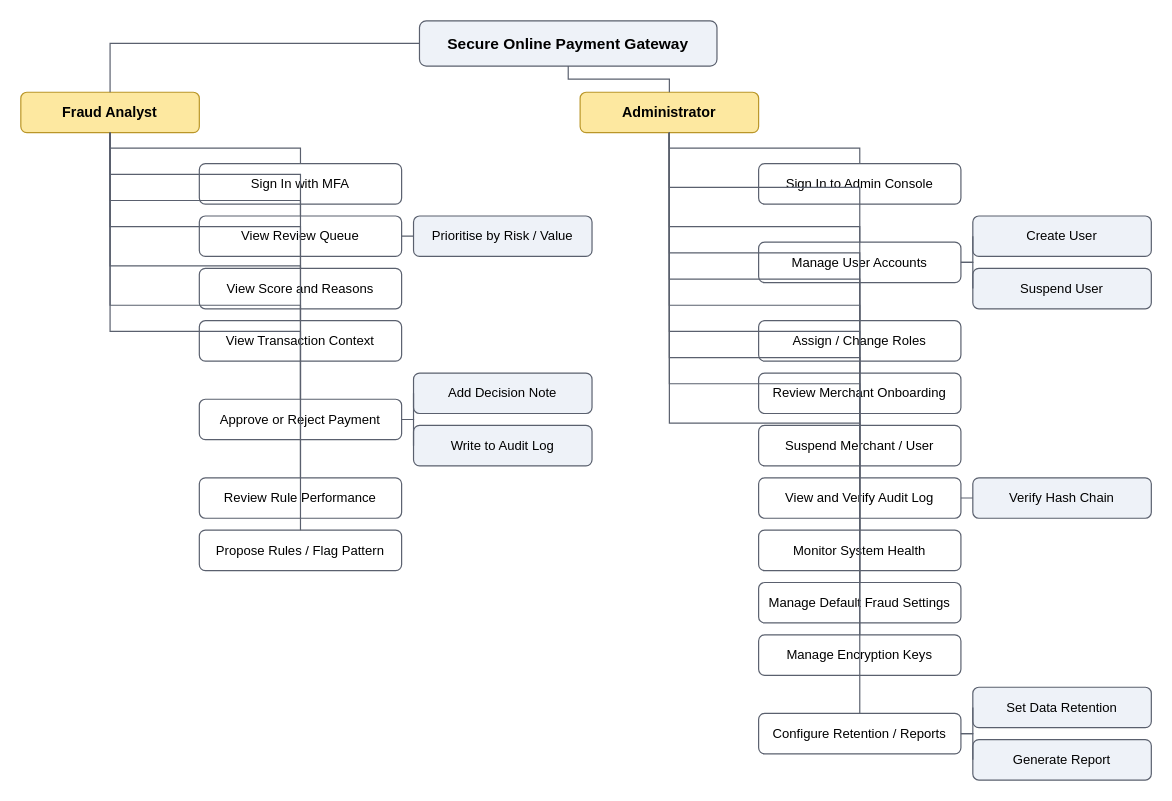
Above: drawio/URS_FunctionalHierarchy_2.drawio in Beh69/FYP-CSIT321 (draw.io), before the change. Source tidied: cells renumbered, new cells numbered last; positions are measured from the earlier drawing's top-left corner, leaving out a move shared by most shapes. Both pictures are drawn from the tidied source at 119%, with x=0, y=0 at pixel (20, 20).
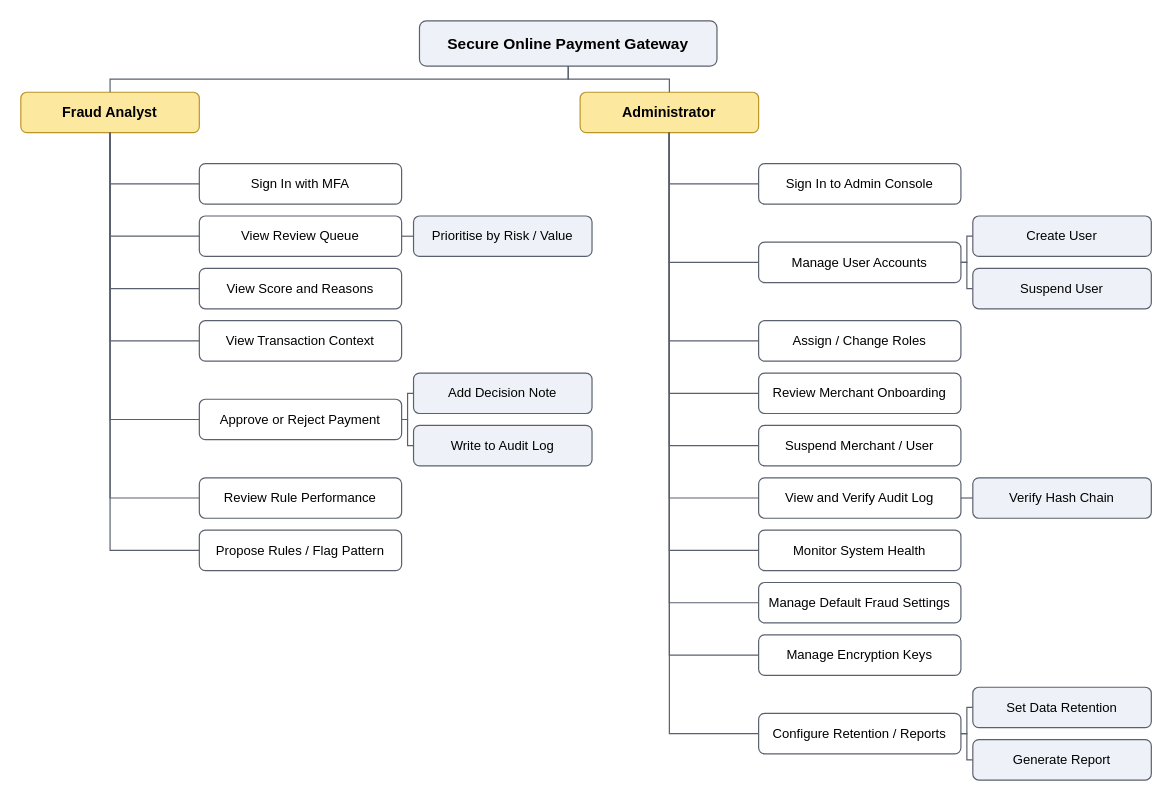
After the change.

Commit message (it also covers changes not shown here):
Force 90-degree elbow connectors in functional hierarchies

Unchanged cells that the change refers to:
```xml
<mxCell id="2" value="Secure Online Payment Gateway" style="rounded=1;whiteSpace=wrap;html=1;fillColor=#eef2f8;strokeColor=#5a606e;fontSize=13;fontStyle=1;" parent="1" vertex="1">
<mxCell id="3" value="Fraud Analyst" style="rounded=1;whiteSpace=wrap;html=1;fillColor=#fde8a0;strokeColor=#ba9628;fontSize=12;fontStyle=1;" parent="1" vertex="1">
<mxCell id="5" value="Sign In with MFA" style="rounded=1;whiteSpace=wrap;html=1;fillColor=#ffffff;strokeColor=#5a606e;fontSize=11;" parent="1" vertex="1">
<mxCell id="7" value="View Review Queue" style="rounded=1;whiteSpace=wrap;html=1;fillColor=#ffffff;strokeColor=#5a606e;fontSize=11;" parent="1" vertex="1">
<mxCell id="9" value="Prioritise by Risk / Value" style="rounded=1;whiteSpace=wrap;html=1;fillColor=#eef2f8;strokeColor=#5a606e;fontSize=11;" parent="1" vertex="1">
<mxCell id="11" value="View Score and Reasons" style="rounded=1;whiteSpace=wrap;html=1;fillColor=#ffffff;strokeColor=#5a606e;fontSize=11;" parent="1" vertex="1">
<mxCell id="13" value="View Transaction Context" style="rounded=1;whiteSpace=wrap;html=1;fillColor=#ffffff;strokeColor=#5a606e;fontSize=11;" parent="1" vertex="1">
<mxCell id="15" value="Approve or Reject Payment" style="rounded=1;whiteSpace=wrap;html=1;fillColor=#ffffff;strokeColor=#5a606e;fontSize=11;" parent="1" vertex="1">
<mxCell id="17" value="Add Decision Note" style="rounded=1;whiteSpace=wrap;html=1;fillColor=#eef2f8;strokeColor=#5a606e;fontSize=11;" parent="1" vertex="1">
<mxCell id="19" value="Write to Audit Log" style="rounded=1;whiteSpace=wrap;html=1;fillColor=#eef2f8;strokeColor=#5a606e;fontSize=11;" parent="1" vertex="1">
<mxCell id="21" value="Review Rule Performance" style="rounded=1;whiteSpace=wrap;html=1;fillColor=#ffffff;strokeColor=#5a606e;fontSize=11;" parent="1" vertex="1">
<mxCell id="23" value="Propose Rules / Flag Pattern" style="rounded=1;whiteSpace=wrap;html=1;fillColor=#ffffff;strokeColor=#5a606e;fontSize=11;" parent="1" vertex="1">
<mxCell id="25" value="Administrator" style="rounded=1;whiteSpace=wrap;html=1;fillColor=#fde8a0;strokeColor=#ba9628;fontSize=12;fontStyle=1;" parent="1" vertex="1">
<mxCell id="27" value="Sign In to Admin Console" style="rounded=1;whiteSpace=wrap;html=1;fillColor=#ffffff;strokeColor=#5a606e;fontSize=11;" parent="1" vertex="1">
<mxCell id="29" value="Manage User Accounts" style="rounded=1;whiteSpace=wrap;html=1;fillColor=#ffffff;strokeColor=#5a606e;fontSize=11;" parent="1" vertex="1">
<mxCell id="31" value="Create User" style="rounded=1;whiteSpace=wrap;html=1;fillColor=#eef2f8;strokeColor=#5a606e;fontSize=11;" parent="1" vertex="1">
<mxCell id="33" value="Suspend User" style="rounded=1;whiteSpace=wrap;html=1;fillColor=#eef2f8;strokeColor=#5a606e;fontSize=11;" parent="1" vertex="1">
<mxCell id="35" value="Assign / Change Roles" style="rounded=1;whiteSpace=wrap;html=1;fillColor=#ffffff;strokeColor=#5a606e;fontSize=11;" parent="1" vertex="1">
<mxCell id="37" value="Review Merchant Onboarding" style="rounded=1;whiteSpace=wrap;html=1;fillColor=#ffffff;strokeColor=#5a606e;fontSize=11;" parent="1" vertex="1">
<mxCell id="39" value="Suspend Merchant / User" style="rounded=1;whiteSpace=wrap;html=1;fillColor=#ffffff;strokeColor=#5a606e;fontSize=11;" parent="1" vertex="1">
<mxCell id="41" value="View and Verify Audit Log" style="rounded=1;whiteSpace=wrap;html=1;fillColor=#ffffff;strokeColor=#5a606e;fontSize=11;" parent="1" vertex="1">
<mxCell id="43" value="Verify Hash Chain" style="rounded=1;whiteSpace=wrap;html=1;fillColor=#eef2f8;strokeColor=#5a606e;fontSize=11;" parent="1" vertex="1">
<mxCell id="45" value="Monitor System Health" style="rounded=1;whiteSpace=wrap;html=1;fillColor=#ffffff;strokeColor=#5a606e;fontSize=11;" parent="1" vertex="1">
<mxCell id="47" value="Manage Default Fraud Settings" style="rounded=1;whiteSpace=wrap;html=1;fillColor=#ffffff;strokeColor=#5a606e;fontSize=11;" parent="1" vertex="1">
<mxCell id="49" value="Manage Encryption Keys" style="rounded=1;whiteSpace=wrap;html=1;fillColor=#ffffff;strokeColor=#5a606e;fontSize=11;" parent="1" vertex="1">
<mxCell id="51" value="Configure Retention / Reports" style="rounded=1;whiteSpace=wrap;html=1;fillColor=#ffffff;strokeColor=#5a606e;fontSize=11;" parent="1" vertex="1">
<mxCell id="53" value="Set Data Retention" style="rounded=1;whiteSpace=wrap;html=1;fillColor=#eef2f8;strokeColor=#5a606e;fontSize=11;" parent="1" vertex="1">
<mxCell id="55" value="Generate Report" style="rounded=1;whiteSpace=wrap;html=1;fillColor=#eef2f8;strokeColor=#5a606e;fontSize=11;" parent="1" vertex="1">
```

Change to the diagram source:
```diff
@@
-    <mxCell id="4" style="edgeStyle=orthogonalEdgeStyle;endArrow=none;html=1;strokeColor=#5a606e;rounded=0;" parent="1" edge="1" source="2" target="3">
-      <mxGeometry relative="1" as="geometry" />
+    <mxCell id="4" style="endArrow=none;html=1;strokeColor=#5a606e;rounded=0;" parent="1" edge="1" source="2" target="3">
+      <mxGeometry relative="1" as="geometry">
+        <Array as="points">
+          <mxPoint x="460" y="49" />
+          <mxPoint x="75" y="49" />
+          <mxPoint x="75" y="60" />
+        </Array>
+      </mxGeometry>
     </mxCell>
@@
-    <mxCell id="6" style="edgeStyle=orthogonalEdgeStyle;endArrow=none;html=1;strokeColor=#5a606e;rounded=0;" parent="1" edge="1" source="3" target="5">
-      <mxGeometry relative="1" as="geometry" />
+    <mxCell id="6" style="endArrow=none;html=1;strokeColor=#5a606e;rounded=0;" parent="1" edge="1" source="3" target="5">
+      <mxGeometry relative="1" as="geometry">
+        <Array as="points">
+          <mxPoint x="75" y="137" />
+          <mxPoint x="150" y="137" />
+        </Array>
+      </mxGeometry>
     </mxCell>
@@
-    <mxCell id="8" style="edgeStyle=orthogonalEdgeStyle;endArrow=none;html=1;strokeColor=#5a606e;rounded=0;" parent="1" edge="1" source="3" target="7">
-      <mxGeometry relative="1" as="geometry" />
+    <mxCell id="8" style="endArrow=none;html=1;strokeColor=#5a606e;rounded=0;" parent="1" edge="1" source="3" target="7">
+      <mxGeometry relative="1" as="geometry">
+        <Array as="points">
+          <mxPoint x="75" y="181" />
+          <mxPoint x="150" y="181" />
+        </Array>
+      </mxGeometry>
     </mxCell>
@@
-    <mxCell id="10" style="edgeStyle=orthogonalEdgeStyle;endArrow=none;html=1;strokeColor=#5a606e;rounded=0;" parent="1" edge="1" source="7" target="9">
-      <mxGeometry relative="1" as="geometry" />
+    <mxCell id="10" style="endArrow=none;html=1;strokeColor=#5a606e;rounded=0;" parent="1" edge="1" source="7" target="9">
+      <mxGeometry relative="1" as="geometry">
+        <Array as="points">
+          <mxPoint x="320" y="181" />
+          <mxPoint x="325" y="181" />
+          <mxPoint x="325" y="181" />
+          <mxPoint x="330" y="181" />
+        </Array>
+      </mxGeometry>
     </mxCell>
@@
-    <mxCell id="12" style="edgeStyle=orthogonalEdgeStyle;endArrow=none;html=1;strokeColor=#5a606e;rounded=0;" parent="1" edge="1" source="3" target="11">
-      <mxGeometry relative="1" as="geometry" />
+    <mxCell id="12" style="endArrow=none;html=1;strokeColor=#5a606e;rounded=0;" parent="1" edge="1" source="3" target="11">
+      <mxGeometry relative="1" as="geometry">
+        <Array as="points">
+          <mxPoint x="75" y="225" />
+          <mxPoint x="150" y="225" />
+        </Array>
+      </mxGeometry>
     </mxCell>
@@
-    <mxCell id="14" style="edgeStyle=orthogonalEdgeStyle;endArrow=none;html=1;strokeColor=#5a606e;rounded=0;" parent="1" edge="1" source="3" target="13">
-      <mxGeometry relative="1" as="geometry" />
+    <mxCell id="14" style="endArrow=none;html=1;strokeColor=#5a606e;rounded=0;" parent="1" edge="1" source="3" target="13">
+      <mxGeometry relative="1" as="geometry">
+        <Array as="points">
+          <mxPoint x="75" y="269" />
+          <mxPoint x="150" y="269" />
+        </Array>
+      </mxGeometry>
     </mxCell>
@@
-    <mxCell id="16" style="edgeStyle=orthogonalEdgeStyle;endArrow=none;html=1;strokeColor=#5a606e;rounded=0;" parent="1" edge="1" source="3" target="15">
-      <mxGeometry relative="1" as="geometry" />
+    <mxCell id="16" style="endArrow=none;html=1;strokeColor=#5a606e;rounded=0;" parent="1" edge="1" source="3" target="15">
+      <mxGeometry relative="1" as="geometry">
+        <Array as="points">
+          <mxPoint x="75" y="335" />
+          <mxPoint x="150" y="335" />
+        </Array>
+      </mxGeometry>
     </mxCell>
@@
-    <mxCell id="18" style="edgeStyle=orthogonalEdgeStyle;endArrow=none;html=1;strokeColor=#5a606e;rounded=0;" parent="1" edge="1" source="15" target="17">
-      <mxGeometry relative="1" as="geometry" />
+    <mxCell id="18" style="endArrow=none;html=1;strokeColor=#5a606e;rounded=0;" parent="1" edge="1" source="15" target="17">
+      <mxGeometry relative="1" as="geometry">
+        <Array as="points">
+          <mxPoint x="320" y="335" />
+          <mxPoint x="325" y="335" />
+          <mxPoint x="325" y="313" />
+          <mxPoint x="330" y="313" />
+        </Array>
+      </mxGeometry>
     </mxCell>
@@
-    <mxCell id="20" style="edgeStyle=orthogonalEdgeStyle;endArrow=none;html=1;strokeColor=#5a606e;rounded=0;" parent="1" edge="1" source="15" target="19">
-      <mxGeometry relative="1" as="geometry" />
+    <mxCell id="20" style="endArrow=none;html=1;strokeColor=#5a606e;rounded=0;" parent="1" edge="1" source="15" target="19">
+      <mxGeometry relative="1" as="geometry">
+        <Array as="points">
+          <mxPoint x="320" y="335" />
+          <mxPoint x="325" y="335" />
+          <mxPoint x="325" y="357" />
+          <mxPoint x="330" y="357" />
+        </Array>
+      </mxGeometry>
     </mxCell>
@@
-    <mxCell id="22" style="edgeStyle=orthogonalEdgeStyle;endArrow=none;html=1;strokeColor=#5a606e;rounded=0;" parent="1" edge="1" source="3" target="21">
-      <mxGeometry relative="1" as="geometry" />
+    <mxCell id="22" style="endArrow=none;html=1;strokeColor=#5a606e;rounded=0;" parent="1" edge="1" source="3" target="21">
+      <mxGeometry relative="1" as="geometry">
+        <Array as="points">
+          <mxPoint x="75" y="401" />
+          <mxPoint x="150" y="401" />
+        </Array>
+      </mxGeometry>
     </mxCell>
@@
-    <mxCell id="24" style="edgeStyle=orthogonalEdgeStyle;endArrow=none;html=1;strokeColor=#5a606e;rounded=0;" parent="1" edge="1" source="3" target="23">
-      <mxGeometry relative="1" as="geometry" />
+    <mxCell id="24" style="endArrow=none;html=1;strokeColor=#5a606e;rounded=0;" parent="1" edge="1" source="3" target="23">
+      <mxGeometry relative="1" as="geometry">
+        <Array as="points">
+          <mxPoint x="75" y="445" />
+          <mxPoint x="150" y="445" />
+        </Array>
+      </mxGeometry>
     </mxCell>
@@
-    <mxCell id="26" style="edgeStyle=orthogonalEdgeStyle;endArrow=none;html=1;strokeColor=#5a606e;rounded=0;" parent="1" edge="1" source="2" target="25">
-      <mxGeometry relative="1" as="geometry" />
+    <mxCell id="26" style="endArrow=none;html=1;strokeColor=#5a606e;rounded=0;" parent="1" edge="1" source="2" target="25">
+      <mxGeometry relative="1" as="geometry">
+        <Array as="points">
+          <mxPoint x="460" y="49" />
+          <mxPoint x="545" y="49" />
+          <mxPoint x="545" y="60" />
+        </Array>
+      </mxGeometry>
     </mxCell>
@@
-    <mxCell id="28" style="edgeStyle=orthogonalEdgeStyle;endArrow=none;html=1;strokeColor=#5a606e;rounded=0;" parent="1" edge="1" source="25" target="27">
-      <mxGeometry relative="1" as="geometry" />
+    <mxCell id="28" style="endArrow=none;html=1;strokeColor=#5a606e;rounded=0;" parent="1" edge="1" source="25" target="27">
+      <mxGeometry relative="1" as="geometry">
+        <Array as="points">
+          <mxPoint x="545" y="137" />
+          <mxPoint x="620" y="137" />
+        </Array>
+      </mxGeometry>
     </mxCell>
@@
-    <mxCell id="30" style="edgeStyle=orthogonalEdgeStyle;endArrow=none;html=1;strokeColor=#5a606e;rounded=0;" parent="1" edge="1" source="25" target="29">
-      <mxGeometry relative="1" as="geometry" />
+    <mxCell id="30" style="endArrow=none;html=1;strokeColor=#5a606e;rounded=0;" parent="1" edge="1" source="25" target="29">
+      <mxGeometry relative="1" as="geometry">
+        <Array as="points">
+          <mxPoint x="545" y="203" />
+          <mxPoint x="620" y="203" />
+        </Array>
+      </mxGeometry>
     </mxCell>
@@
-    <mxCell id="32" style="edgeStyle=orthogonalEdgeStyle;endArrow=none;html=1;strokeColor=#5a606e;rounded=0;" parent="1" edge="1" source="29" target="31">
-      <mxGeometry relative="1" as="geometry" />
+    <mxCell id="32" style="endArrow=none;html=1;strokeColor=#5a606e;rounded=0;" parent="1" edge="1" source="29" target="31">
+      <mxGeometry relative="1" as="geometry">
+        <Array as="points">
+          <mxPoint x="790" y="203" />
+          <mxPoint x="795" y="203" />
+          <mxPoint x="795" y="181" />
+          <mxPoint x="800" y="181" />
+        </Array>
+      </mxGeometry>
     </mxCell>
@@
-    <mxCell id="34" style="edgeStyle=orthogonalEdgeStyle;endArrow=none;html=1;strokeColor=#5a606e;rounded=0;" parent="1" edge="1" source="29" target="33">
-      <mxGeometry relative="1" as="geometry" />
+    <mxCell id="34" style="endArrow=none;html=1;strokeColor=#5a606e;rounded=0;" parent="1" edge="1" source="29" target="33">
+      <mxGeometry relative="1" as="geometry">
+        <Array as="points">
+          <mxPoint x="790" y="203" />
+          <mxPoint x="795" y="203" />
+          <mxPoint x="795" y="225" />
+          <mxPoint x="800" y="225" />
+        </Array>
+      </mxGeometry>
     </mxCell>
@@
-    <mxCell id="36" style="edgeStyle=orthogonalEdgeStyle;endArrow=none;html=1;strokeColor=#5a606e;rounded=0;" parent="1" edge="1" source="25" target="35">
-      <mxGeometry relative="1" as="geometry" />
+    <mxCell id="36" style="endArrow=none;html=1;strokeColor=#5a606e;rounded=0;" parent="1" edge="1" source="25" target="35">
+      <mxGeometry relative="1" as="geometry">
+        <Array as="points">
+          <mxPoint x="545" y="269" />
+          <mxPoint x="620" y="269" />
+        </Array>
+      </mxGeometry>
     </mxCell>
@@
-    <mxCell id="38" style="edgeStyle=orthogonalEdgeStyle;endArrow=none;html=1;strokeColor=#5a606e;rounded=0;" parent="1" edge="1" source="25" target="37">
-      <mxGeometry relative="1" as="geometry" />
+    <mxCell id="38" style="endArrow=none;html=1;strokeColor=#5a606e;rounded=0;" parent="1" edge="1" source="25" target="37">
+      <mxGeometry relative="1" as="geometry">
+        <Array as="points">
+          <mxPoint x="545" y="313" />
+          <mxPoint x="620" y="313" />
+        </Array>
+      </mxGeometry>
     </mxCell>
@@
-    <mxCell id="40" style="edgeStyle=orthogonalEdgeStyle;endArrow=none;html=1;strokeColor=#5a606e;rounded=0;" parent="1" edge="1" source="25" target="39">
-      <mxGeometry relative="1" as="geometry" />
+    <mxCell id="40" style="endArrow=none;html=1;strokeColor=#5a606e;rounded=0;" parent="1" edge="1" source="25" target="39">
+      <mxGeometry relative="1" as="geometry">
+        <Array as="points">
+          <mxPoint x="545" y="357" />
+          <mxPoint x="620" y="357" />
+        </Array>
+      </mxGeometry>
     </mxCell>
@@
-    <mxCell id="42" style="edgeStyle=orthogonalEdgeStyle;endArrow=none;html=1;strokeColor=#5a606e;rounded=0;" parent="1" edge="1" source="25" target="41">
-      <mxGeometry relative="1" as="geometry" />
+    <mxCell id="42" style="endArrow=none;html=1;strokeColor=#5a606e;rounded=0;" parent="1" edge="1" source="25" target="41">
+      <mxGeometry relative="1" as="geometry">
+        <Array as="points">
+          <mxPoint x="545" y="401" />
+          <mxPoint x="620" y="401" />
+        </Array>
+      </mxGeometry>
     </mxCell>
@@
-    <mxCell id="44" style="edgeStyle=orthogonalEdgeStyle;endArrow=none;html=1;strokeColor=#5a606e;rounded=0;" parent="1" edge="1" source="41" target="43">
-      <mxGeometry relative="1" as="geometry" />
+    <mxCell id="44" style="endArrow=none;html=1;strokeColor=#5a606e;rounded=0;" parent="1" edge="1" source="41" target="43">
+      <mxGeometry relative="1" as="geometry">
+        <Array as="points">
+          <mxPoint x="790" y="401" />
+          <mxPoint x="795" y="401" />
+          <mxPoint x="795" y="401" />
+          <mxPoint x="800" y="401" />
+        </Array>
+      </mxGeometry>
     </mxCell>
@@
-    <mxCell id="46" style="edgeStyle=orthogonalEdgeStyle;endArrow=none;html=1;strokeColor=#5a606e;rounded=0;" parent="1" edge="1" source="25" target="45">
-      <mxGeometry relative="1" as="geometry" />
+    <mxCell id="46" style="endArrow=none;html=1;strokeColor=#5a606e;rounded=0;" parent="1" edge="1" source="25" target="45">
+      <mxGeometry relative="1" as="geometry">
+        <Array as="points">
+          <mxPoint x="545" y="445" />
+          <mxPoint x="620" y="445" />
+        </Array>
+      </mxGeometry>
     </mxCell>
@@
-    <mxCell id="48" style="edgeStyle=orthogonalEdgeStyle;endArrow=none;html=1;strokeColor=#5a606e;rounded=0;" parent="1" edge="1" source="25" target="47">
-      <mxGeometry relative="1" as="geometry" />
+    <mxCell id="48" style="endArrow=none;html=1;strokeColor=#5a606e;rounded=0;" parent="1" edge="1" source="25" target="47">
+      <mxGeometry relative="1" as="geometry">
+        <Array as="points">
+          <mxPoint x="545" y="489" />
+          <mxPoint x="620" y="489" />
+        </Array>
+      </mxGeometry>
     </mxCell>
@@
-    <mxCell id="50" style="edgeStyle=orthogonalEdgeStyle;endArrow=none;html=1;strokeColor=#5a606e;rounded=0;" parent="1" edge="1" source="25" target="49">
-      <mxGeometry relative="1" as="geometry" />
+    <mxCell id="50" style="endArrow=none;html=1;strokeColor=#5a606e;rounded=0;" parent="1" edge="1" source="25" target="49">
+      <mxGeometry relative="1" as="geometry">
+        <Array as="points">
+          <mxPoint x="545" y="533" />
+          <mxPoint x="620" y="533" />
+        </Array>
+      </mxGeometry>
     </mxCell>
@@
-    <mxCell id="52" style="edgeStyle=orthogonalEdgeStyle;endArrow=none;html=1;strokeColor=#5a606e;rounded=0;" parent="1" edge="1" source="25" target="51">
-      <mxGeometry relative="1" as="geometry" />
+    <mxCell id="52" style="endArrow=none;html=1;strokeColor=#5a606e;rounded=0;" parent="1" edge="1" source="25" target="51">
+      <mxGeometry relative="1" as="geometry">
+        <Array as="points">
+          <mxPoint x="545" y="599" />
+          <mxPoint x="620" y="599" />
+        </Array>
+      </mxGeometry>
     </mxCell>
@@
-    <mxCell id="54" style="edgeStyle=orthogonalEdgeStyle;endArrow=none;html=1;strokeColor=#5a606e;rounded=0;" parent="1" edge="1" source="51" target="53">
-      <mxGeometry relative="1" as="geometry" />
+    <mxCell id="54" style="endArrow=none;html=1;strokeColor=#5a606e;rounded=0;" parent="1" edge="1" source="51" target="53">
+      <mxGeometry relative="1" as="geometry">
+        <Array as="points">
+          <mxPoint x="790" y="599" />
+          <mxPoint x="795" y="599" />
+          <mxPoint x="795" y="577" />
+          <mxPoint x="800" y="577" />
+        </Array>
+      </mxGeometry>
     </mxCell>
@@
-    <mxCell id="56" style="edgeStyle=orthogonalEdgeStyle;endArrow=none;html=1;strokeColor=#5a606e;rounded=0;" parent="1" edge="1" source="51" target="55">
-      <mxGeometry relative="1" as="geometry" />
+    <mxCell id="56" style="endArrow=none;html=1;strokeColor=#5a606e;rounded=0;" parent="1" edge="1" source="51" target="55">
+      <mxGeometry relative="1" as="geometry">
+        <Array as="points">
+          <mxPoint x="790" y="599" />
+          <mxPoint x="795" y="599" />
+          <mxPoint x="795" y="621" />
+          <mxPoint x="800" y="621" />
+        </Array>
+      </mxGeometry>
     </mxCell>
```
